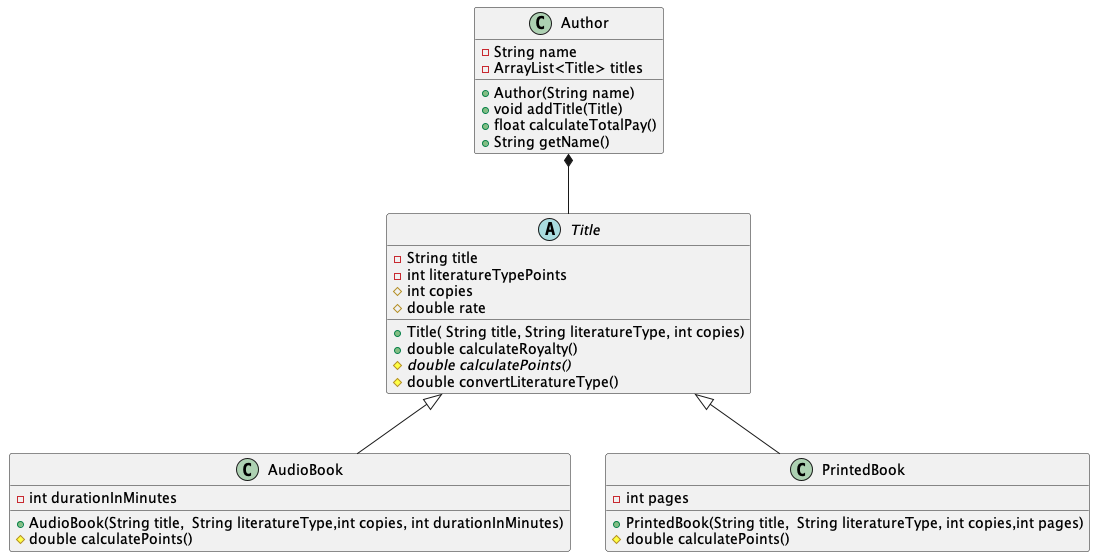
Earlier version of the PlantUML export projects/SP2/assets/LibraryRoyalties_easy.png (Dat1Cphbusiness/content).
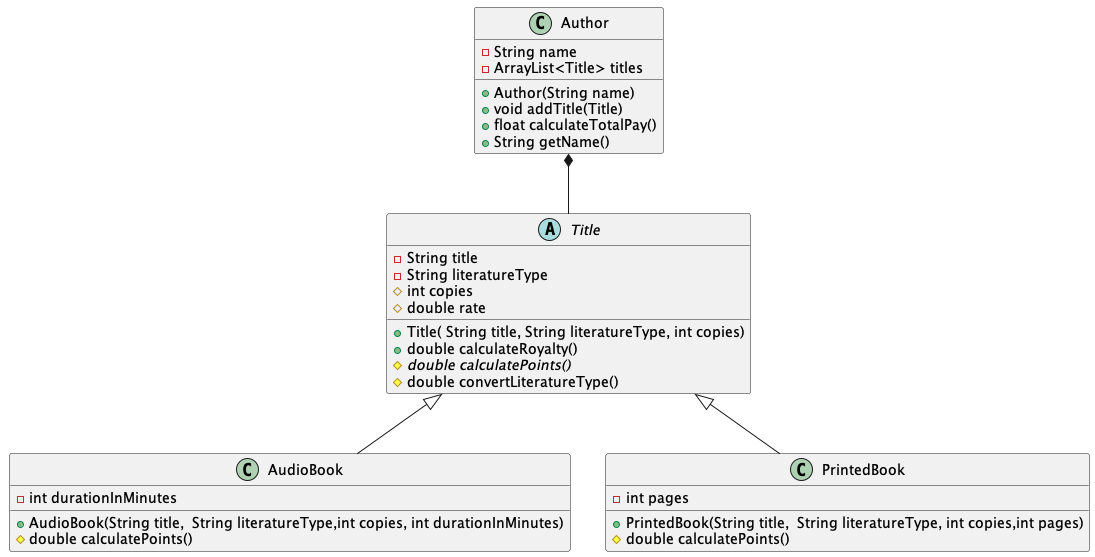
Above is the later version.

Commit message:
changed  int to literatureTypePoint to String literatureType

The edit, as a diff of the source:
```diff
@@ -11,7 +11,7 @@
 
 abstract class Title{
      - String title
-     - int literatureTypePoints
+     - String literatureType
      # int copies
      # double rate
      + Title( String title, String literatureType, int copies)
```
